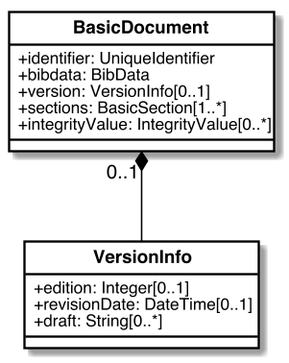
Earlier version of the PlantUML export images/BasicDocument.png (metanorma/basicdoc-models). Its diagram source:
```plantuml
@startuml BasicDocument


skinparam Dpi 150
skinparam Monochrome false
skinparam LineType ortho
hide circle
skinparam Default {
  TextAlignment center
  FontName Helvetica
}
skinparam Class {
  AttributeIconSize 0
  BackgroundColor White
  ArrowColor Black
  BorderColor Black
  FontStyle bold
  StereotypeFontSize 10
}
skinparam Rectangle {
  BackgroundColor White
  ArrowColor Black
  BorderColor Black
  FontStyle bold
  FontSize 11
  StereotypeFontSize 10
}
skinparam Object {
  BackgroundColor White
  ArrowColor Black
  BorderColor Black
  FontStyle bold
  FontSize 11
  StereotypeFontSize 10
}

skinparam Entity {
  StereotypeFontSize 10
}



class BasicDocument {
   +identifier: UniqueIdentifier
   +bibdata: BibData
   +version: VersionInfo[0..1]
   +sections: BasicSection[1..*]
   +integrityValue: IntegrityValue[0..*]
   }

class VersionInfo{
    +edition: Integer[0..1]
    +revisionDate: DateTime[0..1]
    +draft: String[0..*]
}


BasicDocument "0..1" *-- VersionInfo

@enduml
```
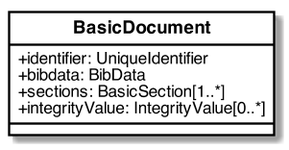
The same file after the commit.

Commit message:
version moves to BibData

What changed in the source:
```diff
@@ -43,18 +43,9 @@
 class BasicDocument {
    +identifier: UniqueIdentifier
    +bibdata: BibData
-   +version: VersionInfo[0..1]
    +sections: BasicSection[1..*]
    +integrityValue: IntegrityValue[0..*]
    }
 
-class VersionInfo{
-    +edition: Integer[0..1]
-    +revisionDate: DateTime[0..1]
-    +draft: String[0..*]
-}
-
-
-BasicDocument "0..1" *-- VersionInfo
 
 @enduml
```
